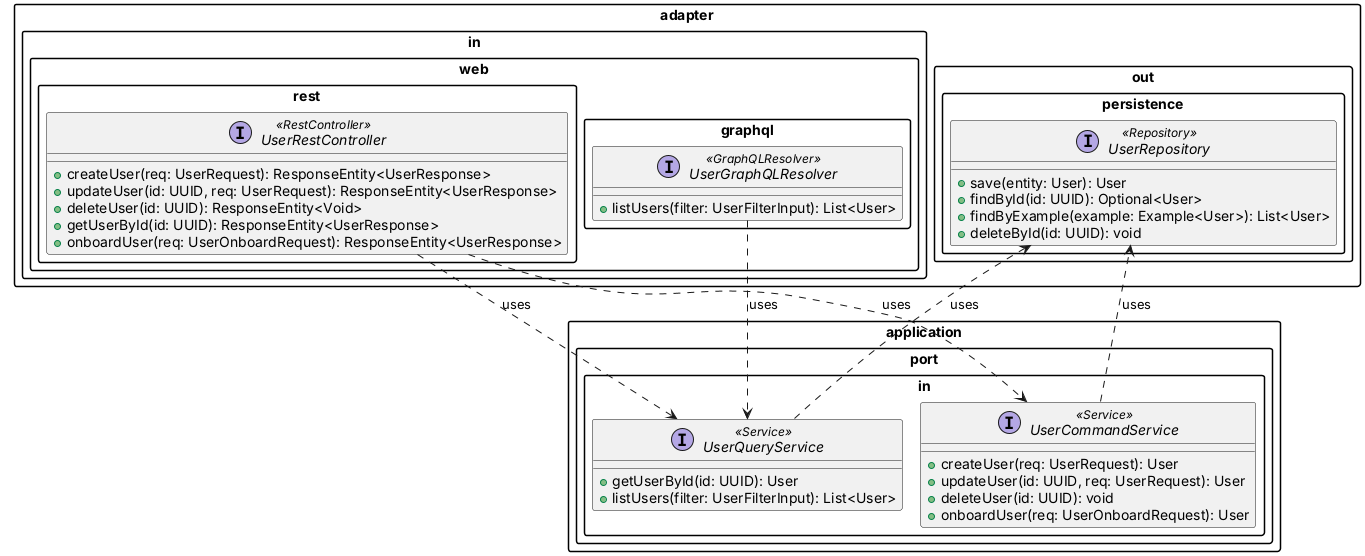
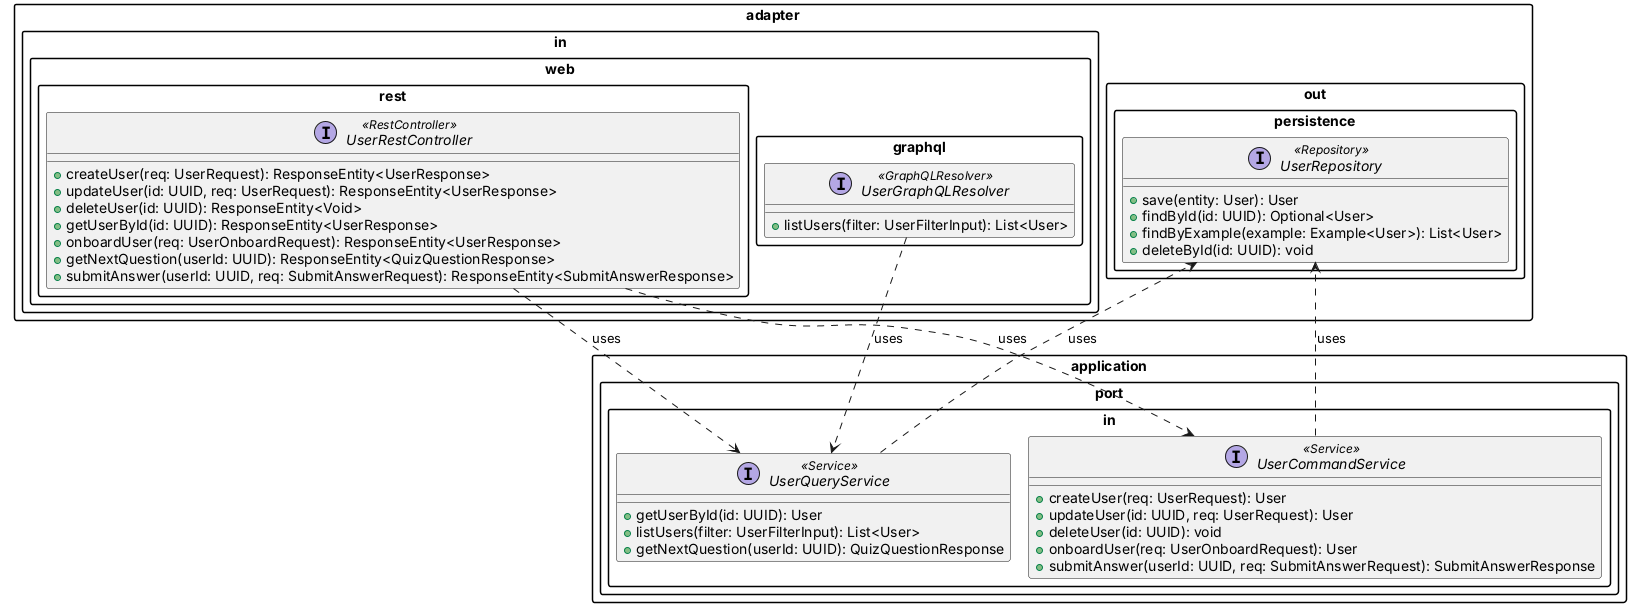
@startuml user_contract

!pragma layout smetana
skinparam packageStyle rectangle
skinparam defaultFontName Inter

package "adapter.in.web.rest" {
  interface "UserRestController" <<RestController>> {
    + createUser(req: UserRequest): ResponseEntity<UserResponse>
    + updateUser(id: UUID, req: UserRequest): ResponseEntity<UserResponse>
    + deleteUser(id: UUID): ResponseEntity<Void>
    + getUserById(id: UUID): ResponseEntity<UserResponse>
    + onboardUser(req: UserOnboardRequest): ResponseEntity<UserResponse>
+     + getNextQuestion(userId: UUID): ResponseEntity<QuizQuestionResponse>
+     + submitAnswer(userId: UUID, req: SubmitAnswerRequest): ResponseEntity<SubmitAnswerResponse>
  }
}

package "adapter.in.web.graphql" {
  interface "UserGraphQLResolver" <<GraphQLResolver>> {
    + listUsers(filter: UserFilterInput): List<User>
  }
}

package "application.port.in" {
  interface "UserCommandService" <<Service>> {
    + createUser(req: UserRequest): User
    + updateUser(id: UUID, req: UserRequest): User
    + deleteUser(id: UUID): void
    + onboardUser(req: UserOnboardRequest): User
+     + submitAnswer(userId: UUID, req: SubmitAnswerRequest): SubmitAnswerResponse
  }
  interface "UserQueryService" <<Service>> {
    + getUserById(id: UUID): User
    + listUsers(filter: UserFilterInput): List<User>
+     + getNextQuestion(userId: UUID): QuizQuestionResponse
  }
}

package "adapter.out.persistence" {
  interface "UserRepository" <<Repository>> {
    + save(entity: User): User
    + findById(id: UUID): Optional<User>
    + findByExample(example: Example<User>): List<User>
    + deleteById(id: UUID): void
  }
}

"UserRestController"  ..> "UserCommandService" : uses
"UserRestController"  ..> "UserQueryService" : uses
"UserGraphQLResolver" ..> "UserQueryService" : uses
"UserCommandService"  ..> "UserRepository" : uses
"UserQueryService"    ..> "UserRepository" : uses

@enduml
